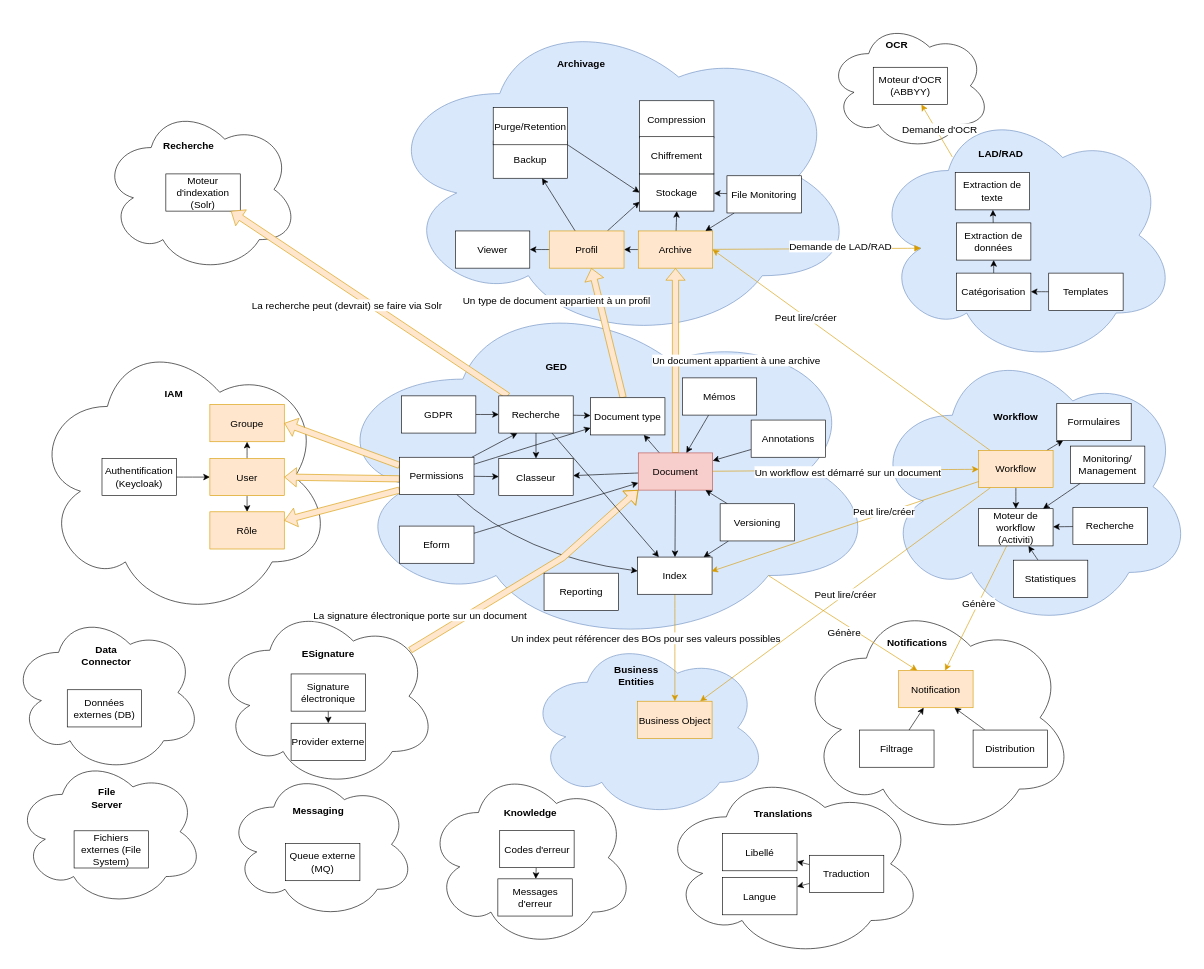
Earlier version of the draw.io diagram bounded contexts.drawio (omasseau/drawio). Source tidied: cells renumbered, new cells numbered last; positions are measured from the earlier drawing's top-left corner, leaving out a move shared by most shapes. Both pictures are drawn from the tidied source at 62%, with x=0, y=0 at pixel (11, 11).
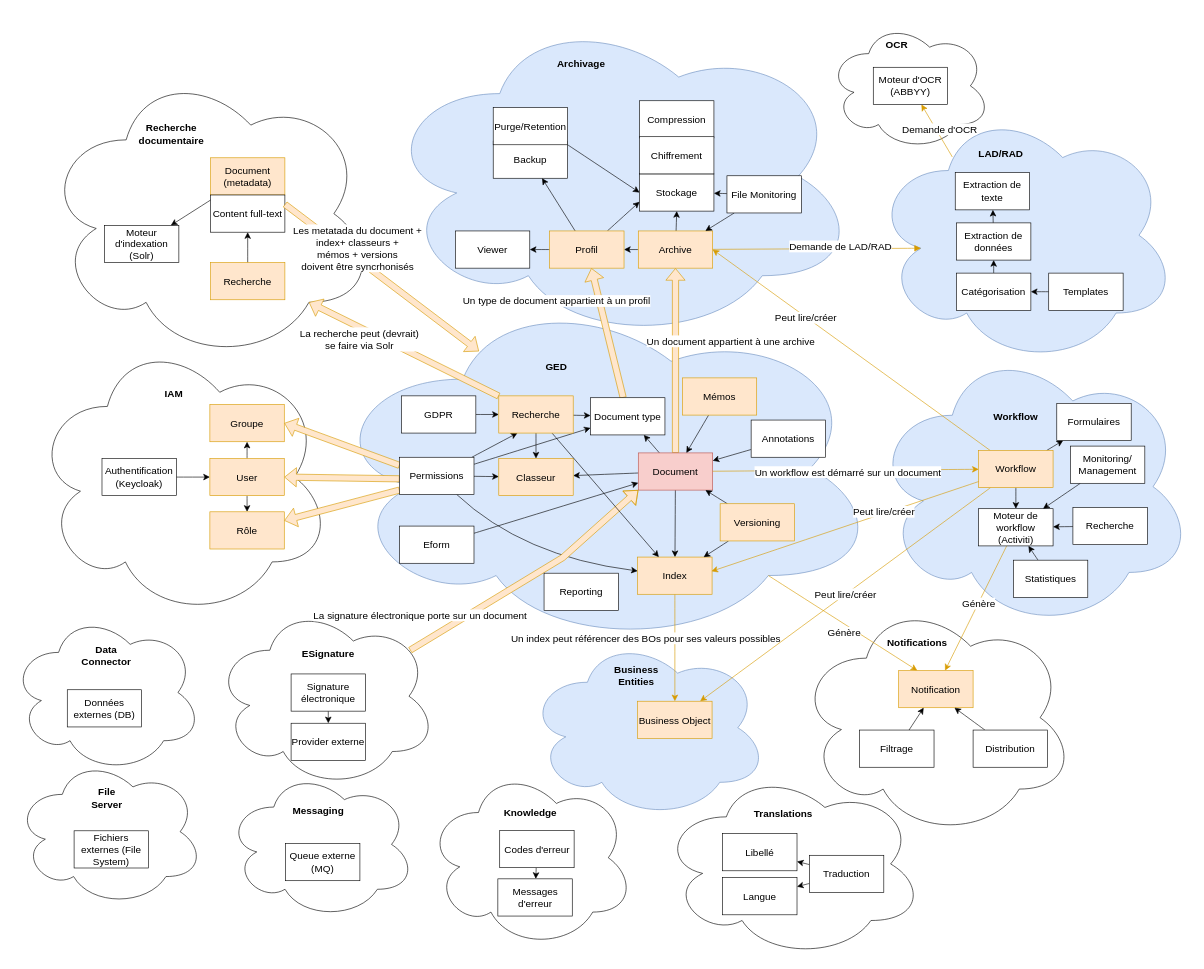
After the change.

Commit message:
Mettre à jour bounded contexts.drawio

Unchanged cells that the change refers to:
```xml
<mxCell id="8" style="ellipse;shape=cloud;whiteSpace=wrap;html=1;fontSize=16;fillColor=#dae8fc;strokeColor=#6c8ebf;" parent="1" vertex="1">
  <mxGeometry x="505" y="450" width="896" height="576" as="geometry" />
</mxCell>
<mxCell id="10" style="edgeStyle=none;curved=1;rounded=0;jettySize=auto;html=1;entryX=0.5;entryY=1;entryDx=0;entryDy=0;fontSize=12;startArrow=none;startFill=0;fillColor=#ffe6cc;strokeColor=#d79b00;endArrow=classic;endFill=1;shape=flexArrow;" parent="1" edge="1" source="14" target="39">
  <mxGeometry relative="1" as="geometry" />
</mxCell>
```

The edit, as a diff of the source:
```diff
@@
     <mxCell id="11" value="Un document appartient à une archive" style="edgeLabel;html=1;align=center;verticalAlign=middle;fontSize=16;" parent="10" vertex="1">
       <mxGeometry x="0.11" y="-2" relative="1" as="geometry">
-        <mxPoint x="95" y="15" as="offset" />
+        <mxPoint x="86" y="-16" as="offset" />
       </mxGeometry>
     </mxCell>
@@
-    <mxCell id="19" value="Index" style="rounded=0;whiteSpace=wrap;html=1;fontSize=16;" parent="1" vertex="1">
+    <mxCell id="19" value="Index" style="rounded=0;whiteSpace=wrap;html=1;fontSize=16;fillColor=#ffe6cc;strokeColor=#d79b00;" parent="1" vertex="1">
       <mxGeometry x="1011" y="881" width="120" height="60" as="geometry" />
     </mxCell>
@@
-    <mxCell id="50" value="Classeur" style="rounded=0;whiteSpace=wrap;html=1;fontSize=16;" parent="1" vertex="1">
+    <mxCell id="50" value="Classeur" style="rounded=0;whiteSpace=wrap;html=1;fontSize=16;fillColor=#ffe6cc;strokeColor=#d79b00;" parent="1" vertex="1">
       <mxGeometry x="787" y="722" width="120" height="60" as="geometry" />
     </mxCell>
@@
     <mxCell id="118" style="ellipse;shape=cloud;whiteSpace=wrap;html=1;fontSize=16;" parent="1" vertex="1">
-      <mxGeometry x="147" y="153" width="317" height="270" as="geometry" />
+      <mxGeometry x="52" y="89" width="536" height="476.4" as="geometry" />
     </mxCell>
     <mxCell id="119" value="Moteur d'indexation (Solr)" style="rounded=0;whiteSpace=wrap;html=1;fontSize=16;" parent="1" vertex="1">
-      <mxGeometry x="250" y="263" width="120" height="60" as="geometry" />
+      <mxGeometry x="151" y="346" width="120" height="60" as="geometry" />
     </mxCell>
-    <mxCell id="120" value="Recherche" style="text;html=1;strokeColor=none;fillColor=none;align=center;verticalAlign=middle;whiteSpace=wrap;rounded=0;fontSize=16;fontStyle=1;" parent="1" vertex="1">
-      <mxGeometry x="257" y="203" width="60" height="30" as="geometry" />
+    <mxCell id="120" value="Recherche documentaire" style="text;html=1;strokeColor=none;fillColor=none;align=center;verticalAlign=middle;whiteSpace=wrap;rounded=0;fontSize=16;fontStyle=1;" parent="1" vertex="1">
+      <mxGeometry x="229" y="184" width="60" height="30" as="geometry" />
     </mxCell>
-    <mxCell id="121" style="edgeStyle=none;curved=1;rounded=0;jettySize=auto;html=1;fontSize=12;fillColor=#ffe6cc;strokeColor=#d79b00;shape=flexArrow;" parent="1" edge="1" source="142" target="119">
+    <mxCell id="121" style="edgeStyle=none;curved=1;rounded=0;jettySize=auto;html=1;fontSize=12;fillColor=#ffe6cc;strokeColor=#d79b00;shape=flexArrow;entryX=0.8;entryY=0.8;entryDx=0;entryDy=0;entryPerimeter=0;startArrow=none;startFill=0;" parent="1" edge="1" source="142" target="118">
       <mxGeometry relative="1" as="geometry" />
     </mxCell>
-    <mxCell id="122" value="La recherche peut (devrait) se faire via Solr" style="edgeLabel;html=1;align=center;verticalAlign=middle;fontSize=16;" parent="121" vertex="1">
+    <mxCell id="122" value="&lt;div&gt;&lt;br&gt;&lt;/div&gt;&lt;div&gt;&lt;br&gt;&lt;/div&gt;" style="edgeLabel;html=1;align=center;verticalAlign=middle;fontSize=16;" parent="121" vertex="1">
       <mxGeometry x="0.15" y="-1" relative="1" as="geometry">
         <mxPoint x="-4" y="26" as="offset" />
       </mxGeometry>
     </mxCell>
@@
-    <mxCell id="130" value="Versioning" style="rounded=0;whiteSpace=wrap;html=1;fontSize=16;" parent="1" vertex="1">
+    <mxCell id="130" value="Versioning" style="rounded=0;whiteSpace=wrap;html=1;fontSize=16;fillColor=#ffe6cc;strokeColor=#d79b00;" parent="1" vertex="1">
       <mxGeometry x="1144" y="795" width="120" height="60" as="geometry" />
     </mxCell>
@@
-    <mxCell id="142" value="Recherche" style="rounded=0;whiteSpace=wrap;html=1;fontSize=16;" parent="1" vertex="1">
+    <mxCell id="142" value="Recherche" style="rounded=0;whiteSpace=wrap;html=1;fontSize=16;fillColor=#ffe6cc;strokeColor=#d79b00;" parent="1" vertex="1">
       <mxGeometry x="787" y="621" width="120" height="60" as="geometry" />
     </mxCell>
@@
-    <mxCell id="144" value="Mémos" style="rounded=0;whiteSpace=wrap;html=1;fontSize=16;" parent="1" vertex="1">
+    <mxCell id="144" value="Mémos" style="rounded=0;whiteSpace=wrap;html=1;fontSize=16;fillColor=#ffe6cc;strokeColor=#d79b00;" parent="1" vertex="1">
       <mxGeometry x="1083" y="592" width="120" height="60" as="geometry" />
     </mxCell>
@@
+    <mxCell id="153" style="edgeStyle=none;curved=1;rounded=0;jettySize=auto;html=1;fontSize=12;startSize=8;endSize=8;" parent="1" edge="1" source="154" target="119">
+      <mxGeometry relative="1" as="geometry" />
+    </mxCell>
+    <mxCell id="154" value="&lt;div&gt;Document (metadata)&lt;/div&gt;" style="rounded=0;whiteSpace=wrap;html=1;fontSize=16;fillColor=#ffe6cc;strokeColor=#d79b00;" parent="1" vertex="1">
+      <mxGeometry x="322" y="237" width="120" height="60" as="geometry" />
+    </mxCell>
+    <mxCell id="155" value="Content full-text" style="rounded=0;whiteSpace=wrap;html=1;fontSize=16;" parent="1" vertex="1">
+      <mxGeometry x="322" y="297" width="120" height="60" as="geometry" />
+    </mxCell>
+    <mxCell id="156" style="edgeStyle=none;curved=1;rounded=0;jettySize=auto;html=1;fontSize=12;startSize=8;endSize=8;" parent="1" edge="1" source="157" target="155">
+      <mxGeometry relative="1" as="geometry" />
+    </mxCell>
+    <mxCell id="157" value="Recherche" style="rounded=0;whiteSpace=wrap;html=1;fontSize=16;fillColor=#ffe6cc;strokeColor=#d79b00;" parent="1" vertex="1">
+      <mxGeometry x="322" y="406" width="120" height="60" as="geometry" />
+    </mxCell>
+    <mxCell id="158" style="edgeStyle=none;curved=1;rounded=0;jettySize=auto;html=1;fontSize=12;fillColor=#ffe6cc;strokeColor=#d79b00;shape=flexArrow;startArrow=block;exitX=0.279;exitY=0.172;exitDx=0;exitDy=0;exitPerimeter=0;startFill=0;endArrow=none;endFill=0;entryX=1;entryY=0.25;entryDx=0;entryDy=0;" parent="1" edge="1" source="8" target="155">
+      <mxGeometry relative="1" as="geometry" />
+    </mxCell>
+    <mxCell id="159" value="La recherche peut (devrait)&lt;br&gt; se faire via Solr " style="edgeLabel;html=1;align=center;verticalAlign=middle;fontSize=16;" parent="158" vertex="1">
+      <mxGeometry x="0.15" y="-1" relative="1" as="geometry">
+        <mxPoint x="-14" y="118" as="offset" />
+      </mxGeometry>
+    </mxCell>
+    <mxCell id="160" value="Les metatada du document +&lt;br&gt;index+ classeurs +&lt;br&gt;mémos + versions &lt;br&gt;doivent être syncrhonisés" style="edgeLabel;html=1;align=center;verticalAlign=middle;fontSize=16;" parent="158" vertex="1">
+      <mxGeometry x="0.03" y="3" relative="1" as="geometry">
+        <mxPoint x="-34" y="-47" as="offset" />
+      </mxGeometry>
+    </mxCell>
```
